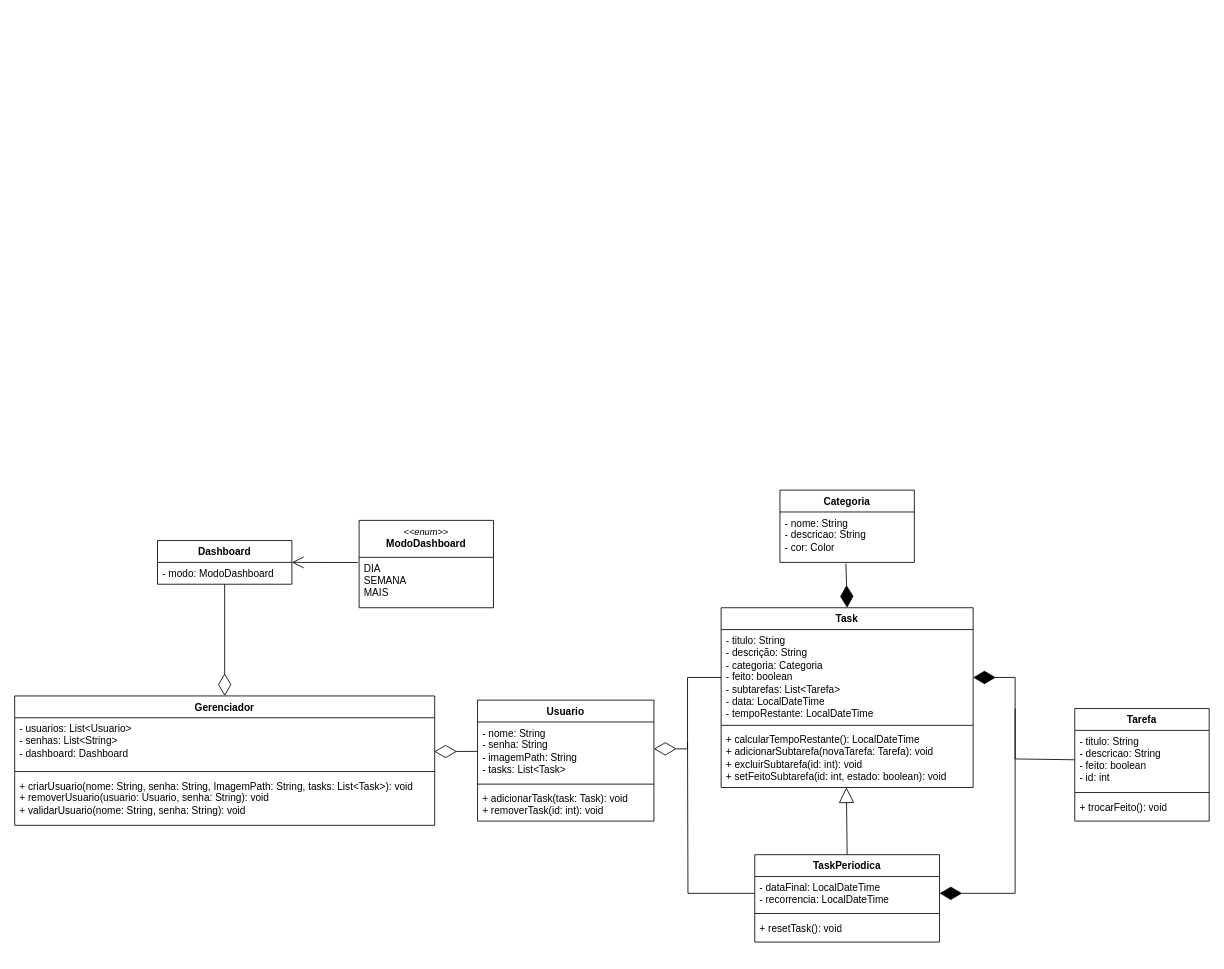
Above: Diagrama UML - TaskIt.drawio in yaesetti/task-it (draw.io), before the change. Source tidied: cells renumbered, new cells numbered last; positions are measured from the earlier drawing's top-left corner, leaving out a move shared by most shapes. Both pictures are drawn from the tidied source at 84%, with x=0, y=0 at pixel (14, 490).
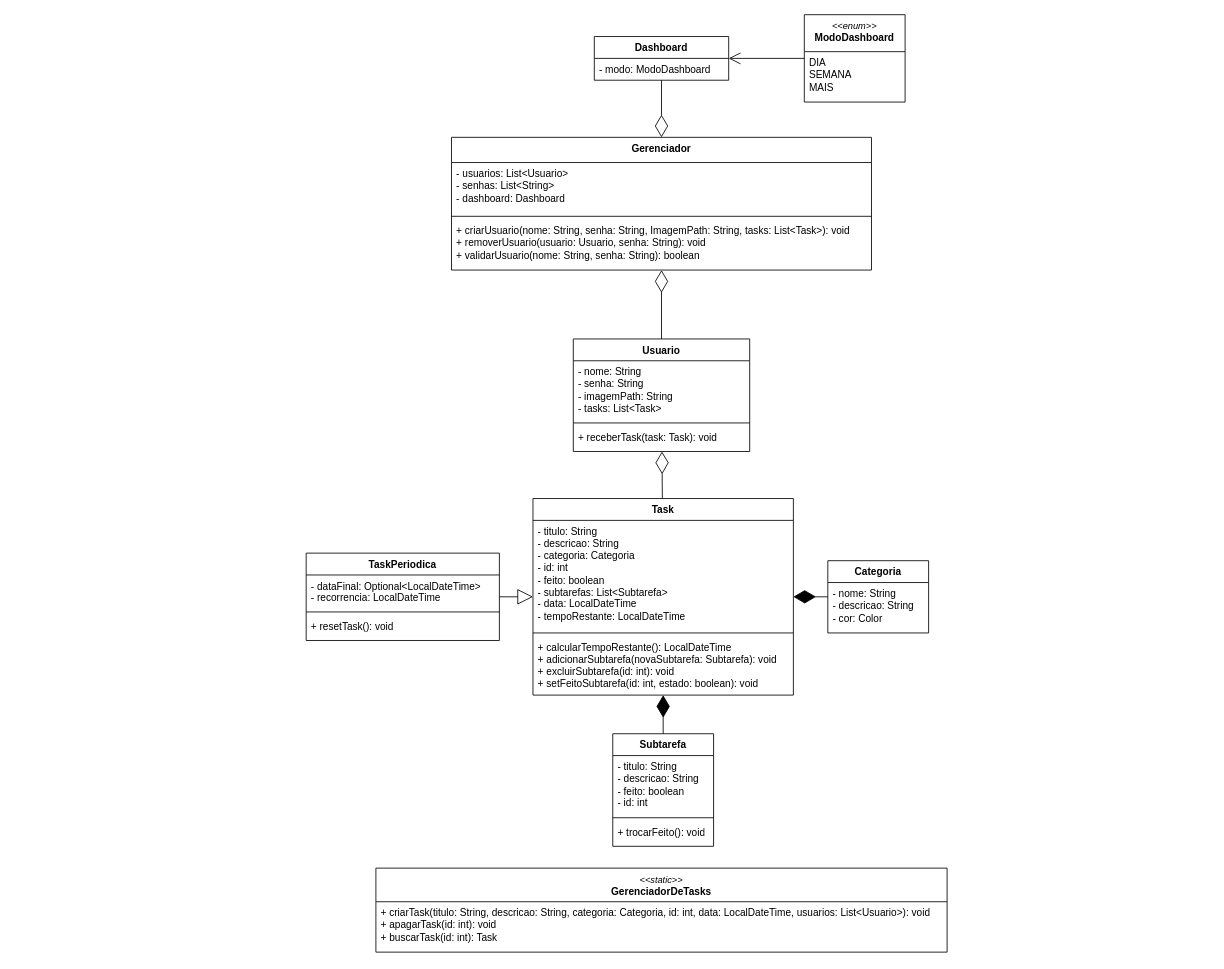
The same diagram, later.

Commit message:
Remanejando tudo

The change refers to these unchanged cells:
```xml
<mxCell id="18" value="&lt;div&gt;- nome: String&lt;/div&gt;&lt;div&gt;- senha: String&lt;/div&gt;&lt;div&gt;- imagemPath: String&lt;/div&gt;- tasks: List&amp;lt;Task&amp;gt;" style="text;strokeColor=none;fillColor=none;align=left;verticalAlign=top;spacingLeft=4;spacingRight=4;overflow=hidden;points=[[0,0.5],[1,0.5]];portConstraint=eastwest;whiteSpace=wrap;html=1;" parent="17" vertex="1">
  <mxGeometry y="26" width="210" height="70" as="geometry" />
</mxCell>
```

The edit, as a diff of the source:
```diff
@@
     <mxCell id="2" value="Task" style="swimlane;fontStyle=1;align=center;verticalAlign=top;horizontal=1;startSize=26;whiteSpace=wrap;html=1;" parent="1" vertex="1">
-      <mxGeometry x="841" y="140" width="300" height="214" as="geometry" />
+      <mxGeometry x="617" y="10" width="310" height="234" as="geometry" />
     </mxCell>
-    <mxCell id="3" value="- titulo: String&lt;div&gt;- descrição: String&lt;/div&gt;&lt;div&gt;- categoria: Categoria&lt;/div&gt;&lt;div&gt;- feito: boolean&lt;/div&gt;&lt;div&gt;- subtarefas: List&amp;lt;Tarefa&amp;gt;&lt;/div&gt;&lt;div&gt;- data: LocalDateTime&lt;/div&gt;&lt;div&gt;- tempoRestante: LocalDateTime&lt;/div&gt;" style="text;strokeColor=none;fillColor=none;align=left;verticalAlign=top;spacingLeft=4;spacingRight=4;overflow=hidden;whiteSpace=wrap;html=1;" parent="2" vertex="1">
-      <mxGeometry y="26" width="300" height="110" as="geometry" />
+    <mxCell id="3" value="- titulo: String&lt;div&gt;- descricao: String&lt;/div&gt;&lt;div&gt;- categoria: Categoria&lt;/div&gt;&lt;div&gt;- id: int&lt;/div&gt;&lt;div&gt;- feito: boolean&lt;/div&gt;&lt;div&gt;- subtarefas: List&amp;lt;Subtarefa&amp;gt;&lt;/div&gt;&lt;div&gt;- data: LocalDateTime&lt;/div&gt;&lt;div&gt;- tempoRestante: LocalDateTime&lt;/div&gt;" style="text;strokeColor=none;fillColor=none;align=left;verticalAlign=top;spacingLeft=4;spacingRight=4;overflow=hidden;whiteSpace=wrap;html=1;" parent="2" vertex="1">
+      <mxGeometry y="26" width="310" height="130" as="geometry" />
     </mxCell>
     <mxCell id="4" style="line;strokeWidth=1;fillColor=none;align=left;verticalAlign=middle;spacingTop=-1;spacingLeft=3;spacingRight=3;labelPosition=right;strokeColor=inherit;" parent="2" vertex="1">
-      <mxGeometry y="136" width="300" height="8" as="geometry" />
+      <mxGeometry y="156" width="310" height="8" as="geometry" />
     </mxCell>
-    <mxCell id="5" value="&lt;div&gt;+ calcularTempoRestante(): LocalDateTime&lt;/div&gt;&lt;div&gt;+ adicionarSubtarefa(novaTarefa: Tarefa): void&lt;/div&gt;&lt;div&gt;+ excluirSubtarefa(id: int): void&lt;/div&gt;&lt;div&gt;+ setFeitoSubtarefa(id: int, estado: boolean): void&lt;/div&gt;" style="text;strokeColor=none;fillColor=none;align=left;verticalAlign=top;spacingLeft=4;spacingRight=4;overflow=hidden;points=[[0,0.5],[1,0.5]];portConstraint=eastwest;whiteSpace=wrap;html=1;" parent="2" vertex="1">
-      <mxGeometry y="144" width="300" height="70" as="geometry" />
+    <mxCell id="5" value="&lt;div&gt;+ calcularTempoRestante(): LocalDateTime&lt;/div&gt;&lt;div&gt;+ adicionarSubtarefa(novaSubtarefa: Subtarefa): void&lt;/div&gt;&lt;div&gt;+ excluirSubtarefa(id: int): void&lt;/div&gt;&lt;div&gt;+ setFeitoSubtarefa(id: int, estado: boolean): void&lt;/div&gt;" style="text;strokeColor=none;fillColor=none;align=left;verticalAlign=top;spacingLeft=4;spacingRight=4;overflow=hidden;points=[[0,0.5],[1,0.5]];portConstraint=eastwest;whiteSpace=wrap;html=1;" parent="2" vertex="1">
+      <mxGeometry y="164" width="310" height="70" as="geometry" />
     </mxCell>
-    <mxCell id="6" value="Tarefa" style="swimlane;fontStyle=1;align=center;verticalAlign=top;horizontal=1;startSize=26;whiteSpace=wrap;html=1;" parent="1" vertex="1">
-      <mxGeometry x="1262" y="260" width="160" height="134" as="geometry" />
+    <mxCell id="6" value="Subtarefa" style="swimlane;fontStyle=1;align=center;verticalAlign=top;horizontal=1;startSize=26;whiteSpace=wrap;html=1;" parent="1" vertex="1">
+      <mxGeometry x="712" y="290" width="120" height="134" as="geometry" />
     </mxCell>
     <mxCell id="7" value="- titulo: String&lt;div&gt;- descricao: String&lt;/div&gt;&lt;div&gt;- feito: boolean&lt;/div&gt;&lt;div&gt;- id: int&lt;/div&gt;" style="text;strokeColor=none;fillColor=none;align=left;verticalAlign=top;spacingLeft=4;spacingRight=4;overflow=hidden;points=[[0,0.5],[1,0.5]];portConstraint=eastwest;whiteSpace=wrap;html=1;" parent="6" vertex="1">
-      <mxGeometry y="26" width="160" height="70" as="geometry" />
+      <mxGeometry y="26" width="120" height="70" as="geometry" />
     </mxCell>
     <mxCell id="8" style="line;strokeWidth=1;fillColor=none;align=left;verticalAlign=middle;spacingTop=-1;spacingLeft=3;spacingRight=3;labelPosition=right;strokeColor=inherit;" parent="6" vertex="1">
-      <mxGeometry y="96" width="160" height="8" as="geometry" />
+      <mxGeometry y="96" width="120" height="8" as="geometry" />
     </mxCell>
     <mxCell id="9" value="+ trocarFeito(): void" style="text;strokeColor=none;fillColor=none;align=left;verticalAlign=top;spacingLeft=4;spacingRight=4;overflow=hidden;whiteSpace=wrap;html=1;" parent="6" vertex="1">
-      <mxGeometry y="104" width="160" height="30" as="geometry" />
+      <mxGeometry y="104" width="120" height="30" as="geometry" />
     </mxCell>
     <mxCell id="10" value="TaskPeriodica" style="swimlane;fontStyle=1;align=center;verticalAlign=top;horizontal=1;startSize=26;whiteSpace=wrap;html=1;" parent="1" vertex="1">
-      <mxGeometry x="881" y="434" width="220" height="104" as="geometry" />
+      <mxGeometry x="347" y="75" width="230" height="104" as="geometry" />
     </mxCell>
-    <mxCell id="11" style="edgeStyle=orthogonalEdgeStyle;rounded=0;jettySize=auto;html=1;endArrow=none;endFill=0;exitX=0;exitY=0.5;exitDx=0;exitDy=0;" parent="10" edge="1" source="12">
-      <mxGeometry relative="1" as="geometry">
-        <mxPoint x="-80" y="-134" as="targetPoint" />
-      </mxGeometry>
-    </mxCell>
-    <mxCell id="12" value="&lt;div&gt;&lt;span style=&quot;background-color: transparent; color: light-dark(rgb(0, 0, 0), rgb(255, 255, 255));&quot;&gt;- dataFinal: LocalDateTime&lt;/span&gt;&lt;/div&gt;&lt;div&gt;&lt;span style=&quot;background-color: transparent; color: light-dark(rgb(0, 0, 0), rgb(255, 255, 255));&quot;&gt;- recorrencia: LocalDateTime&lt;/span&gt;&lt;/div&gt;" style="text;strokeColor=none;fillColor=none;align=left;verticalAlign=top;spacingLeft=4;spacingRight=4;overflow=hidden;points=[[0,0.5],[1,0.5]];portConstraint=eastwest;whiteSpace=wrap;html=1;" parent="10" vertex="1">
-      <mxGeometry y="26" width="220" height="40" as="geometry" />
+    <mxCell id="12" value="&lt;div&gt;&lt;span style=&quot;background-color: transparent; color: light-dark(rgb(0, 0, 0), rgb(255, 255, 255));&quot;&gt;- dataFinal: Optional&amp;lt;LocalDateTime&amp;gt;&lt;/span&gt;&lt;/div&gt;&lt;div&gt;&lt;span style=&quot;background-color: transparent; color: light-dark(rgb(0, 0, 0), rgb(255, 255, 255));&quot;&gt;- recorrencia: LocalDateTime&lt;/span&gt;&lt;/div&gt;" style="text;strokeColor=none;fillColor=none;align=left;verticalAlign=top;spacingLeft=4;spacingRight=4;overflow=hidden;points=[[0,0.5],[1,0.5]];portConstraint=eastwest;whiteSpace=wrap;html=1;" parent="10" vertex="1">
+      <mxGeometry y="26" width="230" height="40" as="geometry" />
     </mxCell>
     <mxCell id="13" style="line;strokeWidth=1;fillColor=none;align=left;verticalAlign=middle;spacingTop=-1;spacingLeft=3;spacingRight=3;labelPosition=right;strokeColor=inherit;" parent="10" vertex="1">
-      <mxGeometry y="66" width="220" height="8" as="geometry" />
+      <mxGeometry y="66" width="230" height="8" as="geometry" />
     </mxCell>
     <mxCell id="14" value="+ resetTask(): void" style="text;strokeColor=none;fillColor=none;align=left;verticalAlign=top;spacingLeft=4;spacingRight=4;overflow=hidden;whiteSpace=wrap;html=1;" parent="10" vertex="1">
-      <mxGeometry y="74" width="220" height="30" as="geometry" />
+      <mxGeometry y="74" width="230" height="30" as="geometry" />
     </mxCell>
-    <mxCell id="15" style="endArrow=diamondThin;endFill=1;endSize=24;html=1;rounded=0;entryX=1;entryY=0.5;entryDx=0;entryDy=0;strokeColor=default;exitX=0;exitY=0.5;exitDx=0;exitDy=0;" parent="1" edge="1" source="7">
-      <mxGeometry relative="1" as="geometry">
-        <mxPoint x="1141" y="223" as="targetPoint" />
-        <Array as="points">
-          <mxPoint x="1191" y="320" />
-          <mxPoint x="1191" y="270" />
-          <mxPoint x="1191" y="223" />
-        </Array>
-      </mxGeometry>
-    </mxCell>
-    <mxCell id="16" style="endArrow=diamondThin;endFill=1;endSize=24;html=1;rounded=0;entryX=1;entryY=0.5;entryDx=0;entryDy=0;" parent="1" edge="1" target="12">
-      <mxGeometry relative="1" as="geometry">
-        <mxPoint x="1191" y="260" as="sourcePoint" />
-        <Array as="points">
-          <mxPoint x="1191" y="480" />
-        </Array>
-      </mxGeometry>
-    </mxCell>
     <mxCell id="17" value="Usuario" style="swimlane;fontStyle=1;align=center;verticalAlign=top;horizontal=1;startSize=26;whiteSpace=wrap;html=1;" parent="1" vertex="1">
-      <mxGeometry x="551" y="250" width="210" height="144" as="geometry" />
+      <mxGeometry x="665" y="-180" width="210" height="134" as="geometry" />
     </mxCell>
@@
-    <mxCell id="20" value="+ adicionarTask(task: Task): void&lt;div&gt;+ removerTask(id: int): void&lt;/div&gt;" style="text;strokeColor=none;fillColor=none;align=left;verticalAlign=top;spacingLeft=4;spacingRight=4;overflow=hidden;whiteSpace=wrap;html=1;" parent="17" vertex="1">
-      <mxGeometry y="104" width="210" height="40" as="geometry" />
+    <mxCell id="20" value="+ receberTask(task: Task): void" style="text;strokeColor=none;fillColor=none;align=left;verticalAlign=top;spacingLeft=4;spacingRight=4;overflow=hidden;whiteSpace=wrap;html=1;" parent="17" vertex="1">
+      <mxGeometry y="104" width="210" height="30" as="geometry" />
     </mxCell>
-    <mxCell id="21" style="endArrow=block;endSize=16;endFill=0;html=1;rounded=0;exitX=0.5;exitY=0;exitDx=0;exitDy=0;entryX=0.497;entryY=0.998;entryDx=0;entryDy=0;entryPerimeter=0;" parent="1" edge="1" source="10" target="5">
+    <mxCell id="21" style="endArrow=block;endSize=16;endFill=0;html=1;rounded=0;" parent="1" edge="1" source="10" target="2">
       <mxGeometry relative="1" as="geometry" />
     </mxCell>
-    <mxCell id="22" style="endArrow=diamondThin;endFill=0;endSize=24;html=1;rounded=0;entryX=1;entryY=0.5;entryDx=0;entryDy=0;edgeStyle=elbowEdgeStyle;jumpStyle=none;strokeColor=default;" parent="1" edge="1">
-      <mxGeometry relative="1" as="geometry">
-        <mxPoint x="841" y="223" as="sourcePoint" />
-        <mxPoint x="761" y="308" as="targetPoint" />
-        <Array as="points">
-          <mxPoint x="801" y="310" />
-          <mxPoint x="801" y="310" />
-        </Array>
-      </mxGeometry>
-    </mxCell>
     <mxCell id="23" value="Categoria" style="swimlane;fontStyle=1;align=center;verticalAlign=top;horizontal=1;startSize=26;whiteSpace=wrap;html=1;" parent="1" vertex="1">
-      <mxGeometry x="911" width="160" height="86" as="geometry" />
+      <mxGeometry x="968" y="84" width="120" height="86" as="geometry" />
     </mxCell>
     <mxCell id="24" value="- nome: String&lt;div&gt;- descricao: String&lt;/div&gt;&lt;div&gt;- cor: Color&lt;/div&gt;" style="text;strokeColor=none;fillColor=none;align=left;verticalAlign=top;spacingLeft=4;spacingRight=4;overflow=hidden;points=[[0,0.5],[1,0.5]];portConstraint=eastwest;whiteSpace=wrap;html=1;" parent="23" vertex="1">
-      <mxGeometry y="26" width="160" height="60" as="geometry" />
+      <mxGeometry y="26" width="120" height="60" as="geometry" />
     </mxCell>
-    <mxCell id="25" value="Gerenciador" style="swimlane;fontStyle=1;align=center;verticalAlign=top;horizontal=1;startSize=26;whiteSpace=wrap;html=1;" parent="1" vertex="1">
-      <mxGeometry y="245" width="500" height="154" as="geometry" />
+    <mxCell id="25" value="&lt;div&gt;&lt;span style=&quot;background-color: transparent; color: light-dark(rgb(0, 0, 0), rgb(255, 255, 255));&quot;&gt;Gerenciador&lt;/span&gt;&lt;/div&gt;" style="swimlane;fontStyle=1;align=center;verticalAlign=top;horizontal=1;startSize=30;whiteSpace=wrap;html=1;" parent="1" vertex="1">
+      <mxGeometry x="520" y="-420" width="500" height="158" as="geometry" />
     </mxCell>
     <mxCell id="26" value="- usuarios: List&amp;lt;Usuario&amp;gt;&lt;div&gt;- senhas: List&amp;lt;String&amp;gt;&lt;/div&gt;&lt;div&gt;- dashboard: Dashboard&lt;/div&gt;" style="text;strokeColor=none;fillColor=none;align=left;verticalAlign=top;spacingLeft=4;spacingRight=4;overflow=hidden;points=[[0,0.5],[1,0.5]];portConstraint=eastwest;whiteSpace=wrap;html=1;" parent="25" vertex="1">
-      <mxGeometry y="26" width="500" height="60" as="geometry" />
+      <mxGeometry y="30" width="500" height="60" as="geometry" />
     </mxCell>
     <mxCell id="27" style="line;strokeWidth=1;fillColor=none;align=left;verticalAlign=middle;spacingTop=-1;spacingLeft=3;spacingRight=3;labelPosition=right;strokeColor=inherit;" parent="25" vertex="1">
-      <mxGeometry y="86" width="500" height="8" as="geometry" />
+      <mxGeometry y="90" width="500" height="8" as="geometry" />
     </mxCell>
-    <mxCell id="28" value="+ criarUsuario(nome: String, senha: String, I&lt;span style=&quot;background-color: transparent; color: light-dark(rgb(0, 0, 0), rgb(255, 255, 255));&quot;&gt;magemPath: String, tasks: List&amp;lt;Task&amp;gt;): void&lt;/span&gt;&lt;div&gt;+ removerUsuario(usuario: Usuario, senha: String): void&lt;/div&gt;&lt;div&gt;+ validarUsuario(nome: String, senha: String): void&lt;/div&gt;" style="text;strokeColor=none;fillColor=none;align=left;verticalAlign=top;spacingLeft=4;spacingRight=4;overflow=hidden;whiteSpace=wrap;html=1;" parent="25" vertex="1">
-      <mxGeometry y="94" width="500" height="60" as="geometry" />
+    <mxCell id="28" value="+ criarUsuario(nome: String, senha: String, I&lt;span style=&quot;background-color: transparent; color: light-dark(rgb(0, 0, 0), rgb(255, 255, 255));&quot;&gt;magemPath: String, tasks: List&amp;lt;Task&amp;gt;): void&lt;/span&gt;&lt;div&gt;+ removerUsuario(usuario: Usuario, senha: String): void&lt;/div&gt;&lt;div&gt;+ validarUsuario(nome: String, senha: String): boolean&lt;/div&gt;" style="text;strokeColor=none;fillColor=none;align=left;verticalAlign=top;spacingLeft=4;spacingRight=4;overflow=hidden;whiteSpace=wrap;html=1;" parent="25" vertex="1">
+      <mxGeometry y="98" width="500" height="60" as="geometry" />
     </mxCell>
     <mxCell id="29" value="Dashboard" style="swimlane;fontStyle=1;align=center;verticalAlign=top;horizontal=1;startSize=26;whiteSpace=wrap;html=1;" parent="1" vertex="1">
-      <mxGeometry x="170" y="60" width="160" height="52" as="geometry" />
+      <mxGeometry x="690" y="-540" width="160" height="52" as="geometry" />
     </mxCell>
@@
     <mxCell id="31" value="&lt;span style=&quot;font-weight: normal;&quot;&gt;&lt;i&gt;&lt;font style=&quot;font-size: 11px;&quot;&gt;&amp;lt;&amp;lt;enum&amp;gt;&amp;gt;&lt;/font&gt;&lt;/i&gt;&lt;/span&gt;&lt;div&gt;&lt;font&gt;ModoDashboard&lt;/font&gt;&lt;/div&gt;" style="swimlane;fontStyle=1;align=center;verticalAlign=top;horizontal=1;startSize=44;whiteSpace=wrap;html=1;" parent="1" vertex="1">
-      <mxGeometry x="410" y="36" width="160" height="104" as="geometry" />
+      <mxGeometry x="940" y="-566" width="120" height="104" as="geometry" />
     </mxCell>
     <mxCell id="32" value="DIA&lt;div&gt;SEMANA&lt;/div&gt;&lt;div&gt;MAIS&lt;/div&gt;" style="text;strokeColor=none;fillColor=none;align=left;verticalAlign=top;spacingLeft=4;spacingRight=4;overflow=hidden;points=[[0,0.5],[1,0.5]];portConstraint=eastwest;whiteSpace=wrap;html=1;" parent="31" vertex="1">
-      <mxGeometry y="44" width="160" height="60" as="geometry" />
+      <mxGeometry y="44" width="120" height="60" as="geometry" />
     </mxCell>
-    <mxCell id="33" style="endArrow=diamondThin;endFill=0;endSize=24;html=1;rounded=0;exitX=0.5;exitY=1;exitDx=0;exitDy=0;entryX=0.5;entryY=0;entryDx=0;entryDy=0;" parent="1" edge="1" source="29" target="25">
+    <mxCell id="33" style="endArrow=diamondThin;endFill=0;endSize=24;html=1;rounded=0;exitX=0.5;exitY=1;exitDx=0;exitDy=0;" parent="1" edge="1" source="29" target="25">
       <mxGeometry relative="1" as="geometry" />
     </mxCell>
-    <mxCell id="34" style="endArrow=diamondThin;endFill=0;endSize=24;html=1;rounded=0;exitX=0;exitY=0.5;exitDx=0;exitDy=0;entryX=0.999;entryY=0.67;entryDx=0;entryDy=0;entryPerimeter=0;" parent="1" edge="1" source="18" target="26">
-      <mxGeometry relative="1" as="geometry" />
-    </mxCell>
-    <mxCell id="35" style="endArrow=open;endFill=1;endSize=12;html=1;rounded=0;entryX=1;entryY=0.5;entryDx=0;entryDy=0;exitX=-0.01;exitY=0.103;exitDx=0;exitDy=0;exitPerimeter=0;" parent="1" edge="1" source="32" target="29">
+    <mxCell id="35" style="endArrow=open;endFill=1;endSize=12;html=1;rounded=0;" parent="1" edge="1" source="31" target="29">
       <mxGeometry relative="1" as="geometry" />
     </mxCell>
-    <mxCell id="36" style="endArrow=diamondThin;endFill=1;endSize=24;html=1;rounded=0;exitX=0.491;exitY=1.025;exitDx=0;exitDy=0;exitPerimeter=0;entryX=0.5;entryY=0;entryDx=0;entryDy=0;" parent="1" edge="1" source="24" target="2">
+    <mxCell id="36" style="endArrow=diamondThin;endFill=1;endSize=24;html=1;rounded=0;" parent="1" edge="1" source="23" target="2">
       <mxGeometry relative="1" as="geometry" />
     </mxCell>
+    <mxCell id="37" value="&lt;div&gt;&lt;font style=&quot;font-size: 11px;&quot;&gt;&lt;span style=&quot;font-weight: normal;&quot;&gt;&lt;i&gt;&amp;lt;&amp;lt;static&amp;gt;&amp;gt;&lt;/i&gt;&lt;/span&gt;&lt;/font&gt;&lt;/div&gt;GerenciadorDeTasks" style="swimlane;fontStyle=1;align=center;verticalAlign=top;horizontal=1;startSize=40;whiteSpace=wrap;html=1;" parent="1" vertex="1">
+      <mxGeometry x="430" y="450" width="680" height="100" as="geometry" />
+    </mxCell>
+    <mxCell id="38" value="+ criarTask(titulo: String, descricao: String, categoria: Categoria, id: int, data: LocalDateTime, usuarios: List&amp;lt;Usuario&amp;gt;): void&lt;div&gt;+ apagarTask(id: int): void&lt;/div&gt;&lt;div&gt;+ buscarTask(id: int): Task&lt;/div&gt;" style="text;strokeColor=none;fillColor=none;align=left;verticalAlign=top;spacingLeft=4;spacingRight=4;overflow=hidden;whiteSpace=wrap;html=1;" parent="37" vertex="1">
+      <mxGeometry y="40" width="680" height="60" as="geometry" />
+    </mxCell>
+    <mxCell id="39" style="endArrow=diamondThin;endFill=0;endSize=24;html=1;rounded=0;exitX=0.5;exitY=0;exitDx=0;exitDy=0;" parent="1" edge="1" source="17" target="25">
+      <mxGeometry relative="1" as="geometry" />
+    </mxCell>
+    <mxCell id="40" style="endArrow=diamondThin;endFill=1;endSize=24;html=1;rounded=0;" parent="1" edge="1" source="6" target="2">
+      <mxGeometry relative="1" as="geometry" />
+    </mxCell>
+    <mxCell id="41" style="endArrow=diamondThin;endFill=0;endSize=24;html=1;rounded=0;" parent="1" edge="1" source="2" target="17">
+      <mxGeometry relative="1" as="geometry" />
+    </mxCell>
```
